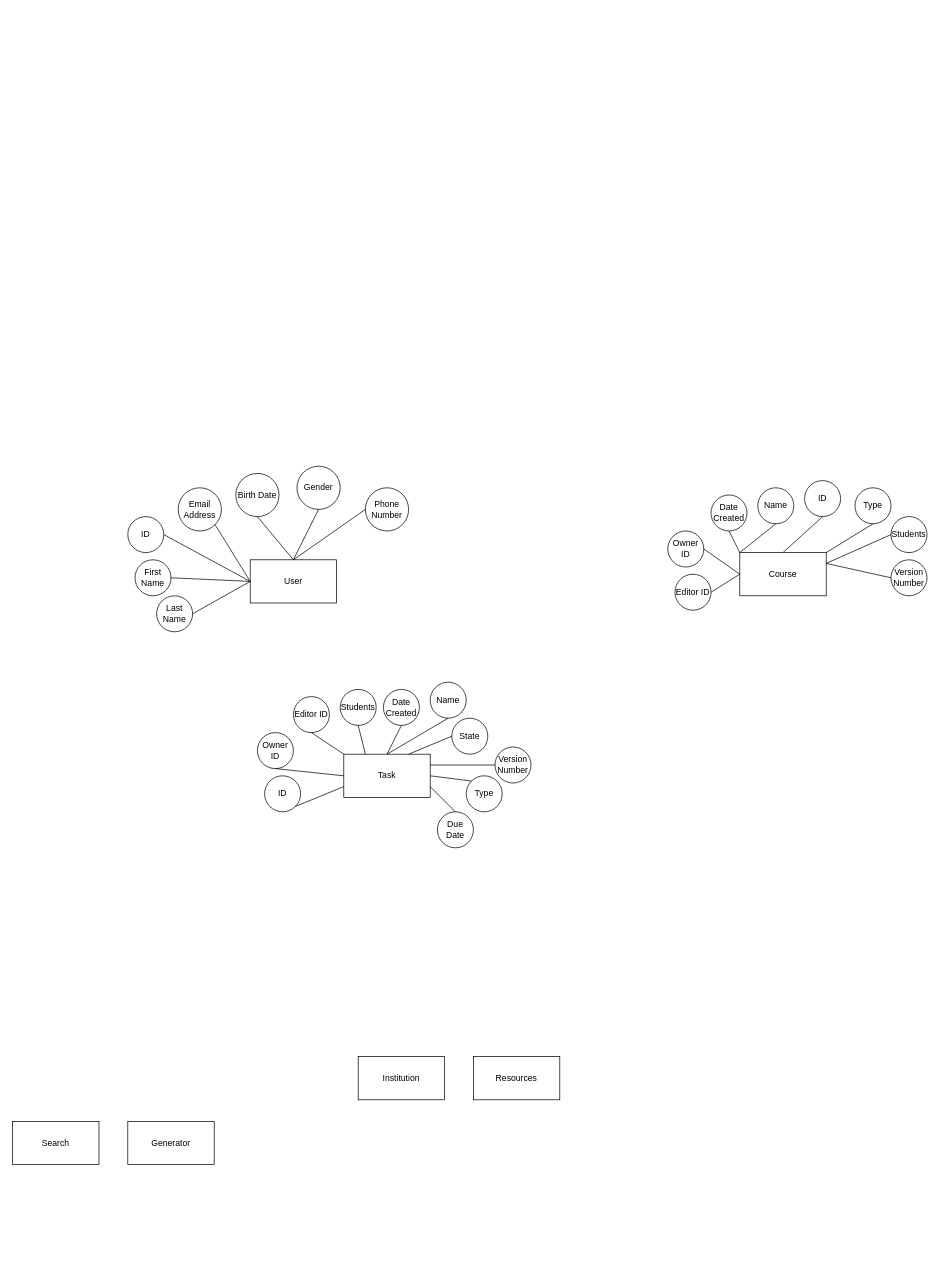
Before: diagrams/db/DatabaseER.drawio in Apollo-LW/Apollo-LW, a draw.io diagram. Source tidied: cells renumbered, new cells numbered last; positions are measured from the earlier drawing's top-left corner, leaving out a move shared by most shapes. Both pictures are drawn from the tidied source at 72%, with x=0, y=0 at pixel (12, 466).
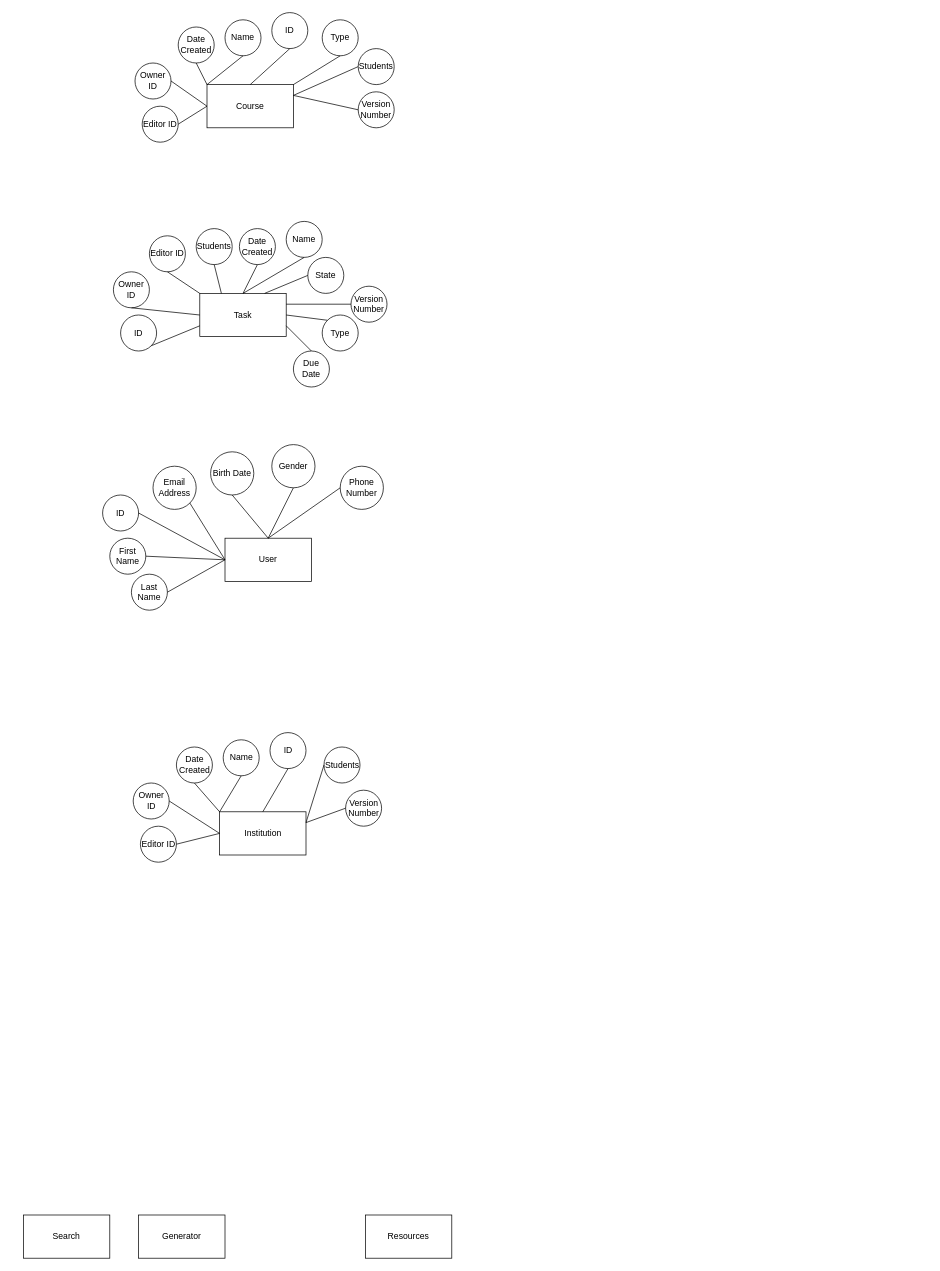
After the change.

Commit message:
Add Institution Data Model

Diff of the diagram source:
```diff
@@
     <mxCell id="2" value="User" style="rounded=0;whiteSpace=wrap;html=1;" parent="1" vertex="1">
-      <mxGeometry x="330" y="130" width="120" height="60" as="geometry" />
+      <mxGeometry x="295" y="100" width="120" height="60" as="geometry" />
     </mxCell>
     <mxCell id="3" value="Course" style="rounded=0;whiteSpace=wrap;html=1;" parent="1" vertex="1">
-      <mxGeometry x="1010" y="120" width="120" height="60" as="geometry" />
+      <mxGeometry x="270" y="-530" width="120" height="60" as="geometry" />
     </mxCell>
     <mxCell id="4" value="Task" style="rounded=0;whiteSpace=wrap;html=1;" parent="1" vertex="1">
-      <mxGeometry x="460" y="400" width="120" height="60" as="geometry" />
+      <mxGeometry x="260" y="-240" width="120" height="60" as="geometry" />
     </mxCell>
-    <mxCell id="5" value="Institution" style="rounded=0;whiteSpace=wrap;html=1;" parent="1" vertex="1">
-      <mxGeometry x="480" y="820" width="120" height="60" as="geometry" />
-    </mxCell>
     <mxCell id="6" value="Resources" style="rounded=0;whiteSpace=wrap;html=1;" parent="1" vertex="1">
-      <mxGeometry x="640" y="820" width="120" height="60" as="geometry" />
+      <mxGeometry x="490" y="1040" width="120" height="60" as="geometry" />
     </mxCell>
     <mxCell id="7" value="Search" style="rounded=0;whiteSpace=wrap;html=1;" parent="1" vertex="1">
-      <mxGeometry y="910" width="120" height="60" as="geometry" />
+      <mxGeometry x="15" y="1040" width="120" height="60" as="geometry" />
     </mxCell>
     <mxCell id="8" value="Generator" style="rounded=0;whiteSpace=wrap;html=1;" parent="1" vertex="1">
-      <mxGeometry x="160" y="910" width="120" height="60" as="geometry" />
+      <mxGeometry x="175" y="1040" width="120" height="60" as="geometry" />
     </mxCell>
     <mxCell id="9" value="ID" style="ellipse;whiteSpace=wrap;html=1;" parent="1" vertex="1">
-      <mxGeometry x="160" y="70" width="50" height="50" as="geometry" />
+      <mxGeometry x="125" y="40" width="50" height="50" as="geometry" />
     </mxCell>
     <mxCell id="10" value="First Name" style="ellipse;whiteSpace=wrap;html=1;" parent="1" vertex="1">
-      <mxGeometry x="170" y="130" width="50" height="50" as="geometry" />
+      <mxGeometry x="135" y="100" width="50" height="50" as="geometry" />
     </mxCell>
     <mxCell id="11" value="Last Name" style="ellipse;whiteSpace=wrap;html=1;" parent="1" vertex="1">
-      <mxGeometry x="200" y="180" width="50" height="50" as="geometry" />
+      <mxGeometry x="165" y="150" width="50" height="50" as="geometry" />
     </mxCell>
     <mxCell id="12" value="Email Address" style="ellipse;whiteSpace=wrap;html=1;" parent="1" vertex="1">
-      <mxGeometry x="230" y="30" width="60" height="60" as="geometry" />
+      <mxGeometry x="195" width="60" height="60" as="geometry" />
     </mxCell>
     <mxCell id="13" value="Phone Number" style="ellipse;whiteSpace=wrap;html=1;" parent="1" vertex="1">
-      <mxGeometry x="490" y="30" width="60" height="60" as="geometry" />
+      <mxGeometry x="455" width="60" height="60" as="geometry" />
     </mxCell>
     <mxCell id="14" value="Birth Date" style="ellipse;whiteSpace=wrap;html=1;" parent="1" vertex="1">
-      <mxGeometry x="310" y="10" width="60" height="60" as="geometry" />
+      <mxGeometry x="275" y="-20" width="60" height="60" as="geometry" />
     </mxCell>
     <mxCell id="15" value="Gender" style="ellipse;whiteSpace=wrap;html=1;" parent="1" vertex="1">
-      <mxGeometry x="395" width="60" height="60" as="geometry" />
+      <mxGeometry x="360" y="-30" width="60" height="60" as="geometry" />
     </mxCell>
@@
     <mxCell id="23" value="Name" style="ellipse;whiteSpace=wrap;html=1;" parent="1" vertex="1">
-      <mxGeometry x="1035" y="30" width="50" height="50" as="geometry" />
+      <mxGeometry x="295" y="-620" width="50" height="50" as="geometry" />
     </mxCell>
     <mxCell id="24" value="Date Created" style="ellipse;whiteSpace=wrap;html=1;" parent="1" vertex="1">
-      <mxGeometry x="970" y="40" width="50" height="50" as="geometry" />
+      <mxGeometry x="230" y="-610" width="50" height="50" as="geometry" />
     </mxCell>
     <mxCell id="25" value="ID" style="ellipse;whiteSpace=wrap;html=1;" parent="1" vertex="1">
-      <mxGeometry x="1100" y="20" width="50" height="50" as="geometry" />
+      <mxGeometry x="360" y="-630" width="50" height="50" as="geometry" />
     </mxCell>
     <mxCell id="26" value="Version Number" style="ellipse;whiteSpace=wrap;html=1;" parent="1" vertex="1">
-      <mxGeometry x="1220" y="130" width="50" height="50" as="geometry" />
+      <mxGeometry x="480" y="-520" width="50" height="50" as="geometry" />
     </mxCell>
     <mxCell id="27" value="Owner ID" style="ellipse;whiteSpace=wrap;html=1;" parent="1" vertex="1">
-      <mxGeometry x="910" y="90" width="50" height="50" as="geometry" />
+      <mxGeometry x="170" y="-560" width="50" height="50" as="geometry" />
     </mxCell>
     <mxCell id="28" value="Editor ID" style="ellipse;whiteSpace=wrap;html=1;" parent="1" vertex="1">
-      <mxGeometry x="920" y="150" width="50" height="50" as="geometry" />
+      <mxGeometry x="180" y="-500" width="50" height="50" as="geometry" />
     </mxCell>
     <mxCell id="29" value="Type" style="ellipse;whiteSpace=wrap;html=1;" parent="1" vertex="1">
-      <mxGeometry x="1170" y="30" width="50" height="50" as="geometry" />
+      <mxGeometry x="430" y="-620" width="50" height="50" as="geometry" />
     </mxCell>
     <mxCell id="30" value="Students" style="ellipse;whiteSpace=wrap;html=1;" parent="1" vertex="1">
-      <mxGeometry x="1220" y="70" width="50" height="50" as="geometry" />
+      <mxGeometry x="480" y="-580" width="50" height="50" as="geometry" />
     </mxCell>
@@
     <mxCell id="39" value="ID" style="ellipse;whiteSpace=wrap;html=1;" parent="1" vertex="1">
-      <mxGeometry x="350" y="430" width="50" height="50" as="geometry" />
+      <mxGeometry x="150" y="-210" width="50" height="50" as="geometry" />
     </mxCell>
     <mxCell id="40" value="Owner ID" style="ellipse;whiteSpace=wrap;html=1;" parent="1" vertex="1">
-      <mxGeometry x="340" y="370" width="50" height="50" as="geometry" />
+      <mxGeometry x="140" y="-270" width="50" height="50" as="geometry" />
     </mxCell>
     <mxCell id="41" value="Editor ID" style="ellipse;whiteSpace=wrap;html=1;" parent="1" vertex="1">
-      <mxGeometry x="390" y="320" width="50" height="50" as="geometry" />
+      <mxGeometry x="190" y="-320" width="50" height="50" as="geometry" />
     </mxCell>
@@
     <mxCell id="45" value="Students" style="ellipse;whiteSpace=wrap;html=1;" parent="1" vertex="1">
-      <mxGeometry x="455" y="310" width="50" height="50" as="geometry" />
+      <mxGeometry x="255" y="-330" width="50" height="50" as="geometry" />
     </mxCell>
     <mxCell id="46" value="Name" style="ellipse;whiteSpace=wrap;html=1;" parent="1" vertex="1">
-      <mxGeometry x="580" y="300" width="50" height="50" as="geometry" />
+      <mxGeometry x="380" y="-340" width="50" height="50" as="geometry" />
     </mxCell>
     <mxCell id="47" value="Date Created" style="ellipse;whiteSpace=wrap;html=1;" parent="1" vertex="1">
-      <mxGeometry x="515" y="310" width="50" height="50" as="geometry" />
+      <mxGeometry x="315" y="-330" width="50" height="50" as="geometry" />
     </mxCell>
     <mxCell id="48" value="Type" style="ellipse;whiteSpace=wrap;html=1;" parent="1" vertex="1">
-      <mxGeometry x="630" y="430" width="50" height="50" as="geometry" />
+      <mxGeometry x="430" y="-210" width="50" height="50" as="geometry" />
     </mxCell>
     <mxCell id="49" value="Version Number" style="ellipse;whiteSpace=wrap;html=1;" parent="1" vertex="1">
-      <mxGeometry x="670" y="390" width="50" height="50" as="geometry" />
+      <mxGeometry x="470" y="-250" width="50" height="50" as="geometry" />
     </mxCell>
     <mxCell id="50" value="Due Date" style="ellipse;whiteSpace=wrap;html=1;" parent="1" vertex="1">
-      <mxGeometry x="590" y="480" width="50" height="50" as="geometry" />
+      <mxGeometry x="390" y="-160" width="50" height="50" as="geometry" />
     </mxCell>
     <mxCell id="51" value="State" style="ellipse;whiteSpace=wrap;html=1;" parent="1" vertex="1">
-      <mxGeometry x="610" y="350" width="50" height="50" as="geometry" />
+      <mxGeometry x="410" y="-290" width="50" height="50" as="geometry" />
     </mxCell>
@@
+    <mxCell id="5" value="Institution" style="rounded=0;whiteSpace=wrap;html=1;" parent="1" vertex="1">
+      <mxGeometry x="287.5" y="480" width="120" height="60" as="geometry" />
+    </mxCell>
+    <mxCell id="59" value="Name" style="ellipse;whiteSpace=wrap;html=1;" parent="1" vertex="1">
+      <mxGeometry x="292.5" y="380" width="50" height="50" as="geometry" />
+    </mxCell>
+    <mxCell id="60" value="Date Created" style="ellipse;whiteSpace=wrap;html=1;" parent="1" vertex="1">
+      <mxGeometry x="227.5" y="390" width="50" height="50" as="geometry" />
+    </mxCell>
+    <mxCell id="61" value="ID" style="ellipse;whiteSpace=wrap;html=1;" parent="1" vertex="1">
+      <mxGeometry x="357.5" y="370" width="50" height="50" as="geometry" />
+    </mxCell>
+    <mxCell id="62" value="Version Number" style="ellipse;whiteSpace=wrap;html=1;" parent="1" vertex="1">
+      <mxGeometry x="462.5" y="450" width="50" height="50" as="geometry" />
+    </mxCell>
+    <mxCell id="63" value="Owner ID" style="ellipse;whiteSpace=wrap;html=1;" parent="1" vertex="1">
+      <mxGeometry x="167.5" y="440" width="50" height="50" as="geometry" />
+    </mxCell>
+    <mxCell id="64" value="Editor ID" style="ellipse;whiteSpace=wrap;html=1;" parent="1" vertex="1">
+      <mxGeometry x="177.5" y="500" width="50" height="50" as="geometry" />
+    </mxCell>
+    <mxCell id="65" value="Students" style="ellipse;whiteSpace=wrap;html=1;" parent="1" vertex="1">
+      <mxGeometry x="432.5" y="390" width="50" height="50" as="geometry" />
+    </mxCell>
+    <mxCell id="66" style="endArrow=none;html=1;rounded=0;exitX=1;exitY=0.5;exitDx=0;exitDy=0;entryX=0;entryY=0.5;entryDx=0;entryDy=0;" parent="1" edge="1" source="63" target="5">
+      <mxGeometry relative="1" as="geometry" />
+    </mxCell>
+    <mxCell id="67" style="endArrow=none;html=1;rounded=0;exitX=0.5;exitY=1;exitDx=0;exitDy=0;entryX=0;entryY=0;entryDx=0;entryDy=0;" parent="1" edge="1" source="60" target="5">
+      <mxGeometry relative="1" as="geometry" />
+    </mxCell>
+    <mxCell id="68" style="endArrow=none;html=1;rounded=0;exitX=0.5;exitY=1;exitDx=0;exitDy=0;entryX=0;entryY=0;entryDx=0;entryDy=0;" parent="1" edge="1" source="59" target="5">
+      <mxGeometry relative="1" as="geometry" />
+    </mxCell>
+    <mxCell id="69" style="endArrow=none;html=1;rounded=0;exitX=0.5;exitY=1;exitDx=0;exitDy=0;entryX=0.5;entryY=0;entryDx=0;entryDy=0;" parent="1" edge="1" source="61" target="5">
+      <mxGeometry relative="1" as="geometry" />
+    </mxCell>
+    <mxCell id="70" style="endArrow=none;html=1;rounded=0;exitX=0;exitY=0.5;exitDx=0;exitDy=0;entryX=1;entryY=0.25;entryDx=0;entryDy=0;" parent="1" edge="1" source="65" target="5">
+      <mxGeometry relative="1" as="geometry" />
+    </mxCell>
+    <mxCell id="71" style="endArrow=none;html=1;rounded=0;exitX=0;exitY=0.5;exitDx=0;exitDy=0;entryX=1;entryY=0.25;entryDx=0;entryDy=0;" parent="1" edge="1" source="62" target="5">
+      <mxGeometry relative="1" as="geometry" />
+    </mxCell>
+    <mxCell id="72" style="endArrow=none;html=1;rounded=0;exitX=0;exitY=0.5;exitDx=0;exitDy=0;entryX=1;entryY=0.5;entryDx=0;entryDy=0;" parent="1" edge="1" source="5" target="64">
+      <mxGeometry relative="1" as="geometry" />
+    </mxCell>
```
